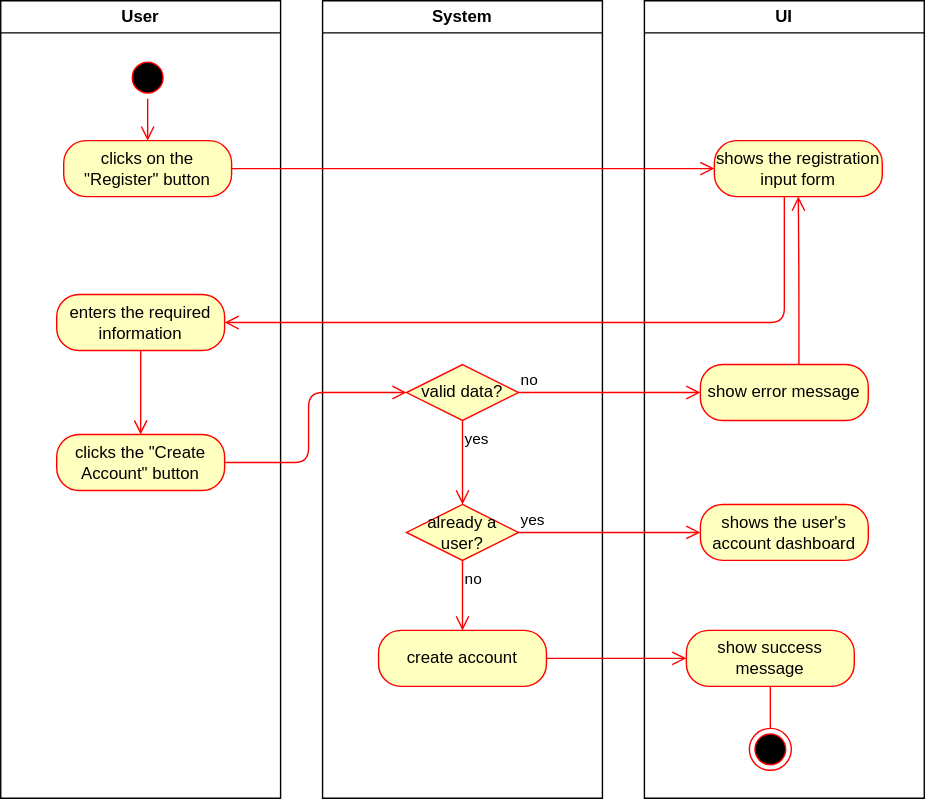
Before: docs/ADCA.drawio.svg, a diagram exported from draw.io (millisom/GluGuide). Source tidied: cells renumbered, new cells last; positions are measured from the earlier drawing's top-left corner, leaving out a move shared by most shapes.
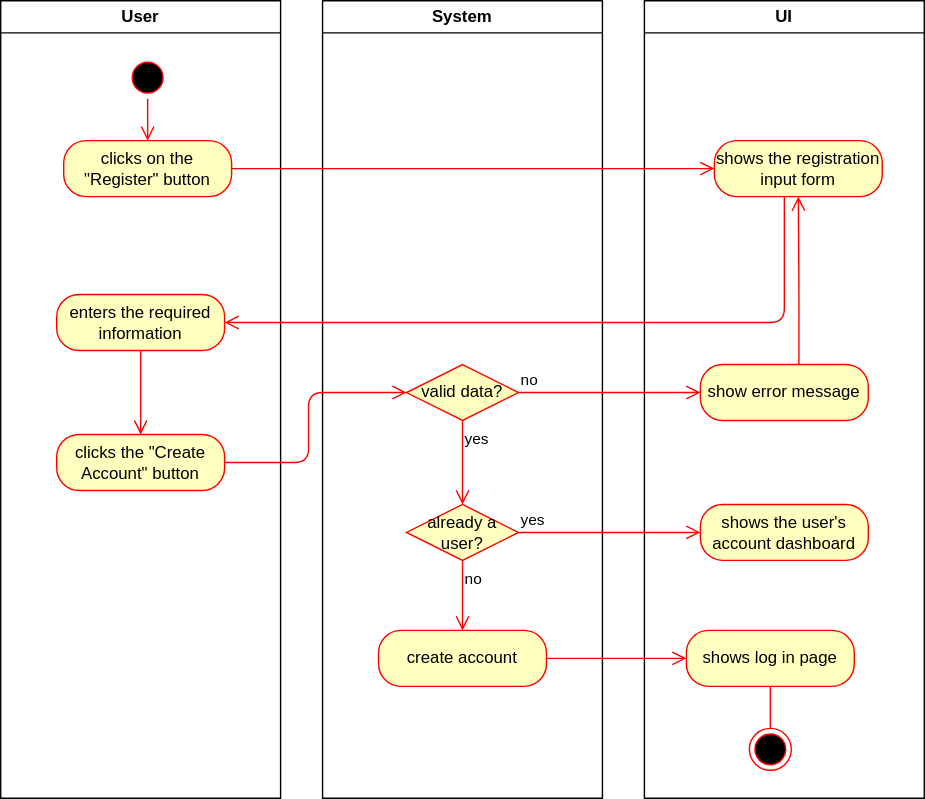
After the commit.

Commit message:
Corrections UC:Create Account

What changed in the source:
```diff
@@ -53,7 +53,7 @@
     <mxCell id="18" style="edgeStyle=orthogonalEdgeStyle;html=1;verticalAlign=bottom;endArrow=open;endSize=8;strokeColor=#ff0000;exitX=0.587;exitY=-0.004;exitDx=0;exitDy=0;exitPerimeter=0;" parent="15" edge="1" source="17" target="16">
       <mxGeometry relative="1" as="geometry" />
     </mxCell>
-    <mxCell id="19" value="show success message" style="rounded=1;whiteSpace=wrap;html=1;arcSize=40;fontColor=#000000;fillColor=#ffffc0;strokeColor=#ff0000;" parent="15" vertex="1">
+    <mxCell id="19" value="shows log in page" style="rounded=1;whiteSpace=wrap;html=1;arcSize=40;fontColor=#000000;fillColor=#ffffc0;strokeColor=#ff0000;" parent="15" vertex="1">
       <mxGeometry x="30" y="450" width="120" height="40" as="geometry" />
     </mxCell>
     <mxCell id="20" style="edgeStyle=orthogonalEdgeStyle;html=1;verticalAlign=bottom;endArrow=open;endSize=8;strokeColor=#ff0000;entryX=0.5;entryY=0;entryDx=0;entryDy=0;startArrow=none;" parent="15" edge="1">
```
